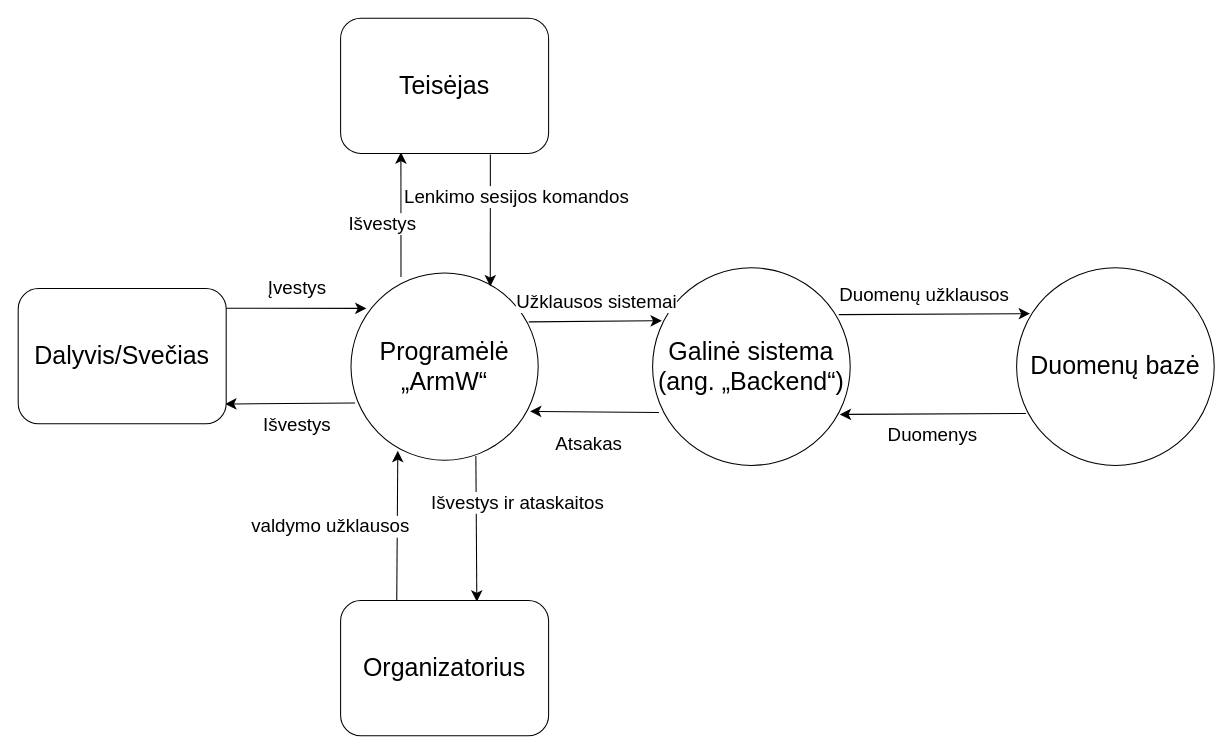
rytuks1337/realizacija keeps this draw.io diagram as page "Page-2" (2 of 9) of Untitled Diagram.drawio. Above is the earlier version. Source tidied: cells renumbered, new cells numbered last; positions are measured from the earlier drawing's top-left corner, leaving out a move shared by most shapes. Both pictures are drawn from the tidied source at 104%, with x=0, y=0 at pixel (18, 18).
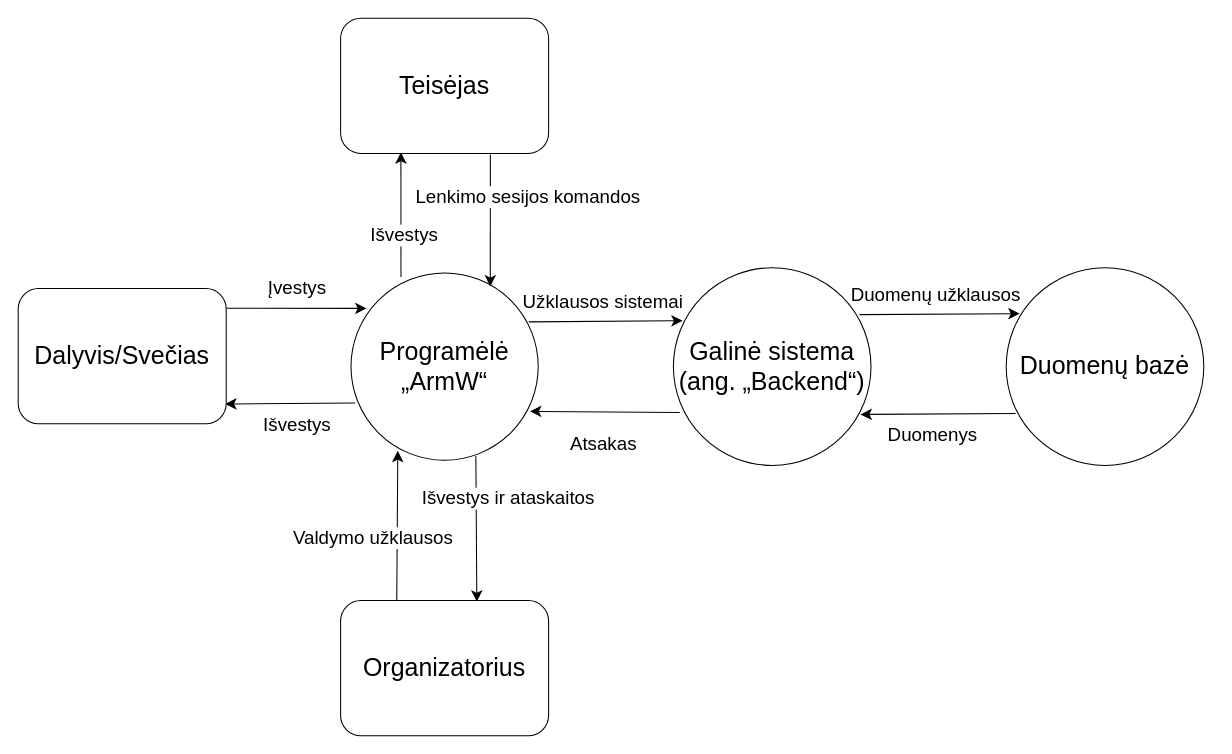
After the change.

The change refers to these unchanged cells:
```xml
<mxCell id="13" style="endArrow=classic;html=1;rounded=0;endSize=8;startSize=8;entryX=0.25;entryY=0.95;entryDx=0;entryDy=0;entryPerimeter=0;exitX=0.27;exitY=0;exitDx=0;exitDy=0;exitPerimeter=0;" parent="1" edge="1" source="27" target="2">
  <mxGeometry relative="1" as="geometry" />
</mxCell>
<mxCell id="19" style="endArrow=classic;html=1;rounded=0;endSize=8;startSize=8;exitX=0.667;exitY=0.978;exitDx=0;exitDy=0;entryX=0.655;entryY=0.008;entryDx=0;entryDy=0;exitPerimeter=0;entryPerimeter=0;" parent="1" edge="1" source="2" target="27">
  <mxGeometry relative="1" as="geometry" />
</mxCell>
<mxCell id="21" style="endArrow=classic;html=1;rounded=0;endSize=8;startSize=8;exitX=0.72;exitY=1.008;exitDx=0;exitDy=0;entryX=0.744;entryY=0.072;entryDx=0;entryDy=0;exitPerimeter=0;entryPerimeter=0;" parent="1" edge="1" source="26" target="2">
  <mxGeometry relative="1" as="geometry" />
</mxCell>
<mxCell id="23" style="endArrow=classic;html=1;rounded=0;endSize=8;startSize=8;exitX=0.267;exitY=0.022;exitDx=0;exitDy=0;entryX=0.29;entryY=0.992;entryDx=0;entryDy=0;exitPerimeter=0;entryPerimeter=0;" parent="1" edge="1" source="2" target="26">
  <mxGeometry relative="1" as="geometry" />
</mxCell>
```

Change to the diagram source:
```diff
@@
     <mxCell id="3" value="&lt;font style=&quot;font-size: 24px;&quot;&gt;Galinė sistema (ang. &lt;/font&gt;&lt;font style=&quot;font-size: 24px;&quot;&gt;„&lt;/font&gt;&lt;font style=&quot;font-size: 24px;&quot;&gt;Backend&lt;/font&gt;&lt;span style=&quot;font-size: 24px;&quot;&gt;&lt;font style=&quot;font-size: 24px;&quot;&gt;“&lt;/font&gt;&lt;/span&gt;&lt;font style=&quot;font-size: 24px;&quot;&gt;)&lt;br&gt;&lt;/font&gt;" style="ellipse;whiteSpace=wrap;html=1;" parent="1" vertex="1">
-      <mxGeometry x="610" y="240" width="190" height="190" as="geometry" />
+      <mxGeometry x="630" y="240" width="190" height="190" as="geometry" />
     </mxCell>
@@
     <mxCell id="6" value="&lt;font style=&quot;font-size: 24px;&quot;&gt;Duomenų bazė&lt;/font&gt;" style="ellipse;whiteSpace=wrap;html=1;" parent="1" vertex="1">
-      <mxGeometry x="960" y="240" width="190" height="190" as="geometry" />
+      <mxGeometry x="950" y="240" width="190" height="190" as="geometry" />
     </mxCell>
@@
-    <mxCell id="14" value="&lt;span style=&quot;font-size: 18px;&quot;&gt;valdymo užklausos&lt;/span&gt;" style="edgeLabel;html=1;align=center;verticalAlign=middle;" parent="13" vertex="1">
+    <mxCell id="14" value="&lt;span style=&quot;font-size: 18px;&quot;&gt;Valdymo užklausos&lt;/span&gt;" style="edgeLabel;html=1;align=center;verticalAlign=middle;" parent="13" vertex="1">
       <mxGeometry x="-0.39" y="1" relative="1" as="geometry">
-        <mxPoint x="-64" y="-27" as="offset" />
+        <mxPoint x="-23" y="-16" as="offset" />
       </mxGeometry>
     </mxCell>
@@
     <mxCell id="20" value="&lt;span style=&quot;font-size: 18px;&quot;&gt;Išvestys ir ataskaitos&lt;/span&gt;" style="edgeLabel;html=1;align=center;verticalAlign=middle;" parent="19" vertex="1">
       <mxGeometry x="-0.39" y="1" relative="1" as="geometry">
-        <mxPoint x="38" y="1" as="offset" />
+        <mxPoint x="29" y="-3" as="offset" />
       </mxGeometry>
     </mxCell>
@@
     <mxCell id="22" value="&lt;span style=&quot;font-size: 18px;&quot;&gt;Lenkimo sesijos komandos&lt;/span&gt;" style="edgeLabel;html=1;align=center;verticalAlign=middle;" parent="21" vertex="1">
       <mxGeometry x="-0.39" y="1" relative="1" as="geometry">
-        <mxPoint x="24" y="1" as="offset" />
+        <mxPoint x="35" y="1" as="offset" />
       </mxGeometry>
     </mxCell>
@@
     <mxCell id="24" value="&lt;span style=&quot;font-size: 18px;&quot;&gt;Išvestys&lt;/span&gt;" style="edgeLabel;html=1;align=center;verticalAlign=middle;" parent="23" vertex="1">
       <mxGeometry x="-0.39" y="1" relative="1" as="geometry">
-        <mxPoint x="-18" y="-14" as="offset" />
+        <mxPoint x="3" y="-3" as="offset" />
       </mxGeometry>
     </mxCell>
```
